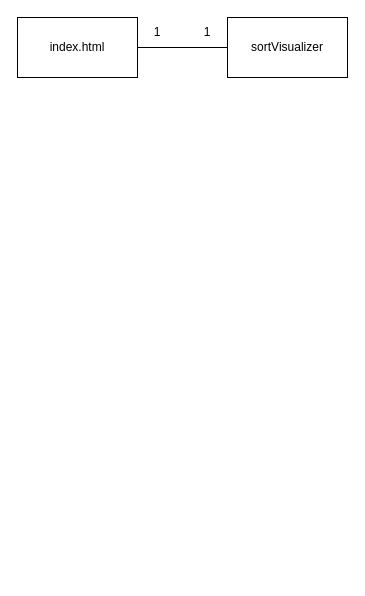
This is Class Diagram.drawio from beep-sl/COS430SEProject, a draw.io file, before an edit. Source tidied: cells renumbered, new cells numbered last; positions are measured from the earlier drawing's top-left corner, leaving out a move shared by most shapes. Both pictures are drawn from the tidied source at 100%, with x=0, y=0 at pixel (17, 17).
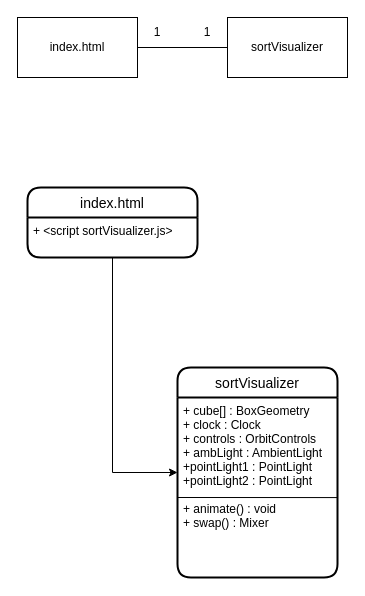
The same diagram, later.

Diff of the diagram source:
```diff
@@
 <mxGraphModel>
   <root>
     <mxCell id="0" />
     <mxCell id="1" parent="0" />
     <mxCell id="2" value="index.html" style="rounded=0;whiteSpace=wrap;html=1;" parent="1" vertex="1">
       <mxGeometry width="120" height="60" as="geometry" />
     </mxCell>
     <mxCell id="3" value="sortVisualizer" style="rounded=0;whiteSpace=wrap;html=1;" parent="1" vertex="1">
       <mxGeometry x="210" width="120" height="60" as="geometry" />
     </mxCell>
     <mxCell id="4" style="endArrow=none;html=1;rounded=0;exitX=1;exitY=0.5;exitDx=0;exitDy=0;entryX=0;entryY=0.5;entryDx=0;entryDy=0;" parent="1" edge="1" source="2" target="3">
       <mxGeometry relative="1" as="geometry" />
     </mxCell>
     <mxCell id="5" value="1" style="text;html=1;strokeColor=none;fillColor=none;align=center;verticalAlign=middle;whiteSpace=wrap;rounded=0;" parent="1" vertex="1">
       <mxGeometry x="110" width="60" height="30" as="geometry" />
     </mxCell>
     <mxCell id="6" value="1" style="text;html=1;strokeColor=none;fillColor=none;align=center;verticalAlign=middle;whiteSpace=wrap;rounded=0;" parent="1" vertex="1">
       <mxGeometry x="160" width="60" height="30" as="geometry" />
     </mxCell>
+    <mxCell id="7" value="sortVisualizer" style="swimlane;horizontal=1;startSize=30;rounded=1;fontSize=14;fontStyle=0;strokeWidth=2;shadow=0;dashed=0;align=center;" parent="1" vertex="1">
+      <mxGeometry x="160" y="350" width="160" height="210" as="geometry" />
+    </mxCell>
+    <mxCell id="8" value="+ cube[] : BoxGeometry&#10;+ clock : Clock&#10;+ controls : OrbitControls&#10;+ ambLight : AmbientLight&#10;+pointLight1 : PointLight&#10;+pointLight2 : PointLight&#10;&#10;+ animate() : void&#10;+ swap() : Mixer" style="align=left;strokeColor=none;fillColor=none;spacingLeft=4;fontSize=12;verticalAlign=top;" parent="7" vertex="1">
+      <mxGeometry y="30" width="160" height="180" as="geometry" />
+    </mxCell>
+    <mxCell id="9" style="endArrow=none;html=1;rounded=0;entryX=1;entryY=0.556;entryDx=0;entryDy=0;entryPerimeter=0;" parent="7" edge="1" target="8">
+      <mxGeometry relative="1" as="geometry">
+        <mxPoint y="130" as="sourcePoint" />
+      </mxGeometry>
+    </mxCell>
+    <mxCell id="10" value="index.html" style="swimlane;horizontal=1;startSize=30;rounded=1;fontSize=14;fontStyle=0;strokeWidth=2;shadow=0;dashed=0;align=center;" parent="1" vertex="1">
+      <mxGeometry x="10" y="170" width="170" height="70" as="geometry" />
+    </mxCell>
+    <mxCell id="11" value="+ &lt;script sortVisualizer.js&gt;" style="align=left;strokeColor=none;fillColor=none;spacingLeft=4;fontSize=12;verticalAlign=top;" parent="10" vertex="1">
+      <mxGeometry y="30" width="170" height="40" as="geometry" />
+    </mxCell>
+    <mxCell id="12" style="endArrow=classic;html=1;rounded=0;exitX=0.5;exitY=1;exitDx=0;exitDy=0;entryX=0;entryY=0.5;entryDx=0;entryDy=0;" parent="1" edge="1" source="11" target="7">
+      <mxGeometry relative="1" as="geometry">
+        <Array as="points">
+          <mxPoint x="95" y="455" />
+        </Array>
+      </mxGeometry>
+    </mxCell>
   </root>
 </mxGraphModel>
```
